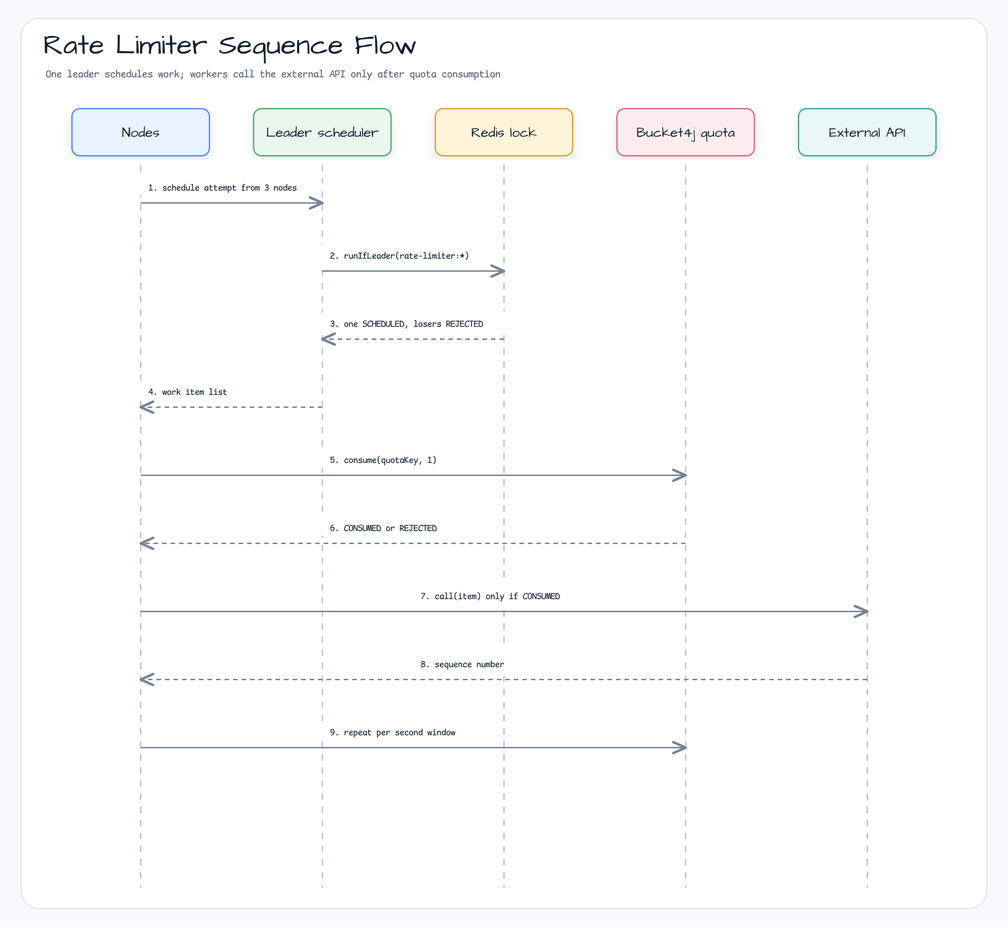
This is docs/images/readme-diagrams/examples-rate-limiter-sequence-01.png from bluetape4k/bluetape4k-leader, a Graphviz export, as it was before one commit. Its source is kept beside it as docs/images/readme-diagrams/examples-rate-limiter-sequence-01.dot. Its diagram source:
```dot
digraph "examples-rate-limiter-sequence-01" {
  graph [layout=neato, rankdir=TB, splines=ortho, overlap=false, outputorder=edgesfirst, nodesep=0.55, ranksep=0.75, bgcolor="transparent", label="Rate Limiter Sequence Flow", labelloc=t];
  node [shape=box, style="rounded,filled", fontname="Architects Daughter", fontsize=18, margin="0.16,0.10"];
  edge [color="#758297", penwidth=1.8, arrowsize=0.8, fontname="Comic Mono", fontsize=10];
  n0 [label="Nodes", fillcolor="#ffffff", color="#5B8DEF", width=2.92, height=1.00, pos="215.00,498.00!"];
  n1 [label="Leader scheduler", fillcolor="#ffffff", color="#58A978", width=2.92, height=1.00, pos="492.50,498.00!"];
  n2 [label="Redis lock", fillcolor="#ffffff", color="#D6A441", width=2.92, height=1.00, pos="770.00,498.00!"];
  n3 [label="Bucket4j quota", fillcolor="#ffffff", color="#DC6B82", width=2.92, height=1.00, pos="1047.50,498.00!"];
  n4 [label="External API", fillcolor="#ffffff", color="#45A7A1", width=2.92, height=1.00, pos="1325.00,498.00!"];
  n0 -> n1 [];
  n1 -> n2 [];
  n2 -> n1 [style=dashed];
  n1 -> n0 [style=dashed];
  n0 -> n3 [];
  n3 -> n0 [style=dashed];
  n0 -> n4 [];
  n4 -> n0 [style=dashed];
  n0 -> n3 [];
}
```
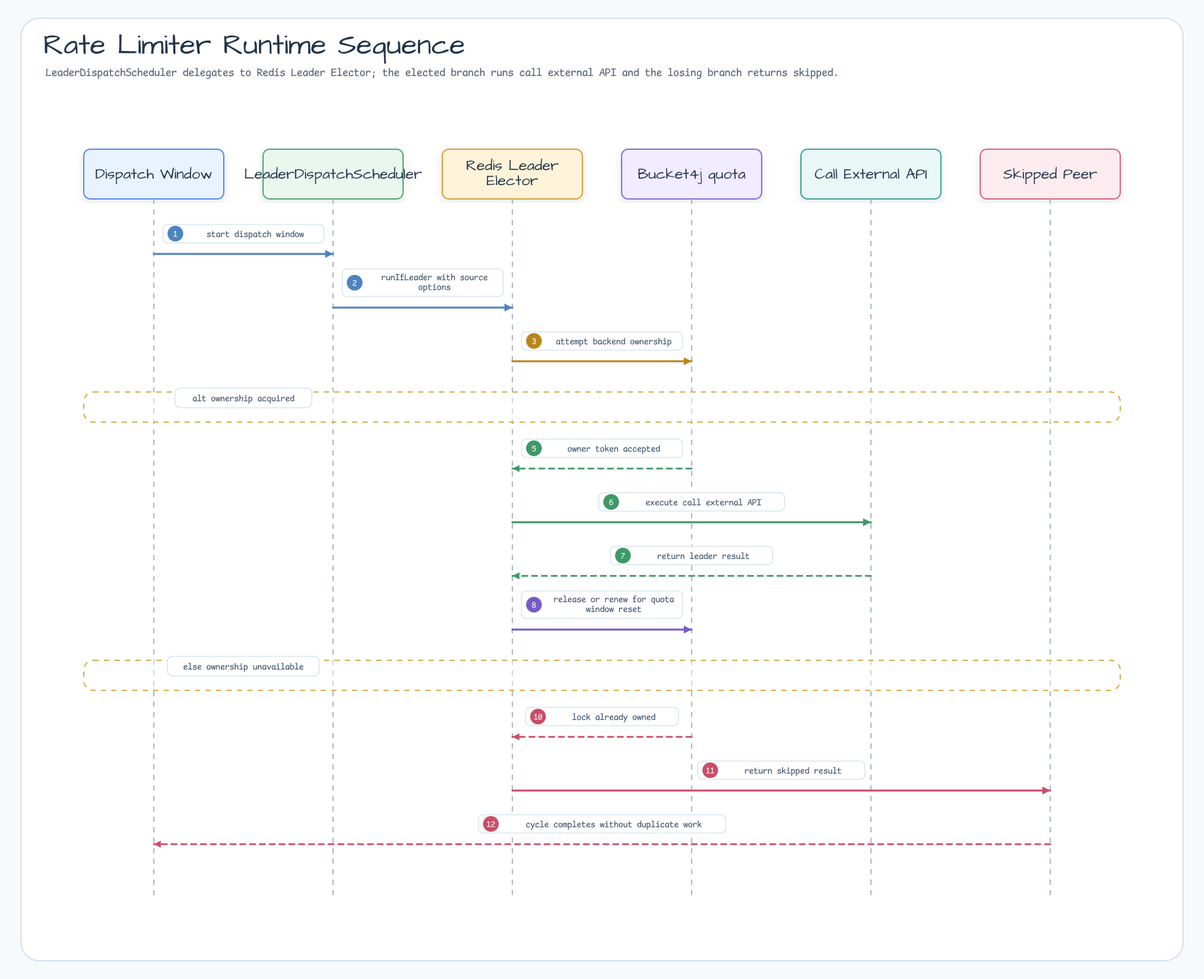
Above is the later version.

The edit, as a diff of the source:
```diff
@@ -1,19 +1,21 @@
 digraph "examples-rate-limiter-sequence-01" {
-  graph [layout=neato, rankdir=TB, splines=ortho, overlap=false, outputorder=edgesfirst, nodesep=0.55, ranksep=0.75, bgcolor="transparent", label="Rate Limiter Sequence Flow", labelloc=t];
-  node [shape=box, style="rounded,filled", fontname="Architects Daughter", fontsize=18, margin="0.16,0.10"];
-  edge [color="#758297", penwidth=1.8, arrowsize=0.8, fontname="Comic Mono", fontsize=10];
-  n0 [label="Nodes", fillcolor="#ffffff", color="#5B8DEF", width=2.92, height=1.00, pos="215.00,498.00!"];
-  n1 [label="Leader scheduler", fillcolor="#ffffff", color="#58A978", width=2.92, height=1.00, pos="492.50,498.00!"];
-  n2 [label="Redis lock", fillcolor="#ffffff", color="#D6A441", width=2.92, height=1.00, pos="770.00,498.00!"];
-  n3 [label="Bucket4j quota", fillcolor="#ffffff", color="#DC6B82", width=2.92, height=1.00, pos="1047.50,498.00!"];
-  n4 [label="External API", fillcolor="#ffffff", color="#45A7A1", width=2.92, height=1.00, pos="1325.00,498.00!"];
-  n0 -> n1 [];
-  n1 -> n2 [];
-  n2 -> n1 [style=dashed];
-  n1 -> n0 [style=dashed];
-  n0 -> n3 [];
-  n3 -> n0 [style=dashed];
-  n0 -> n4 [];
-  n4 -> n0 [style=dashed];
-  n0 -> n3 [];
+  graph [rankdir=LR, bgcolor="transparent", splines=ortho, nodesep=0.7, ranksep=0.9];
+  node [shape=box, style="rounded,filled", fillcolor="#F8FAFC", color="#94A3B8", fontname="Comic Mono"];
+  edge [fontname="Comic Mono", fontsize=10, arrowsize=0.7];
+  "trigger" [label="Dispatch Window"];
+  "coord" [label="LeaderDispatchScheduler"];
+  "elector" [label="Redis Leader Elector"];
+  "backend" [label="Bucket4j quota"];
+  "work" [label="Call External API"];
+  "peer" [label="Skipped Peer"];
+  "trigger" -> "coord" [label="start dispatch window", color="#4F83BF"];
+  "coord" -> "elector" [label="runIfLeader with source options", color="#4F83BF"];
+  "elector" -> "backend" [label="attempt backend ownership", color="#B9851B"];
+  "backend" -> "elector" [label="owner token accepted", color="#3E9868"];
+  "elector" -> "work" [label="execute call external API", color="#3E9868"];
+  "work" -> "elector" [label="return leader result", color="#3E9868"];
+  "elector" -> "backend" [label="release or renew for quota window reset", color="#755BC6"];
+  "backend" -> "elector" [label="lock already owned", color="#C94D68"];
+  "elector" -> "peer" [label="return skipped result", color="#C94D68"];
+  "peer" -> "trigger" [label="cycle completes without duplicate work", color="#C94D68"];
 }
```
